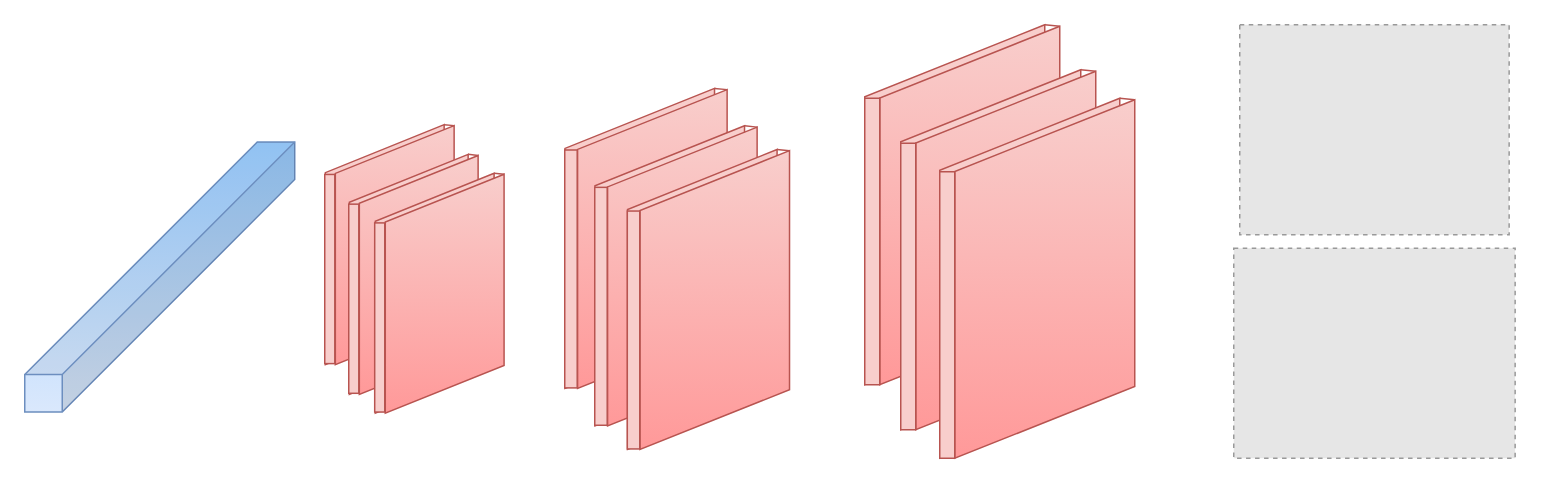
Above: encoder_decoder.drawio in StevenHickson/Helpful_Scripts (draw.io), before the change. Source tidied: cells renumbered, new cells numbered last; positions are measured from the earlier drawing's top-left corner, leaving out a move shared by most shapes. Both pictures are drawn from the tidied source at 150%, with x=0, y=0 at pixel (24, 24). Pictures stored in the file or linked from it are replaced by grey dashed boxes.
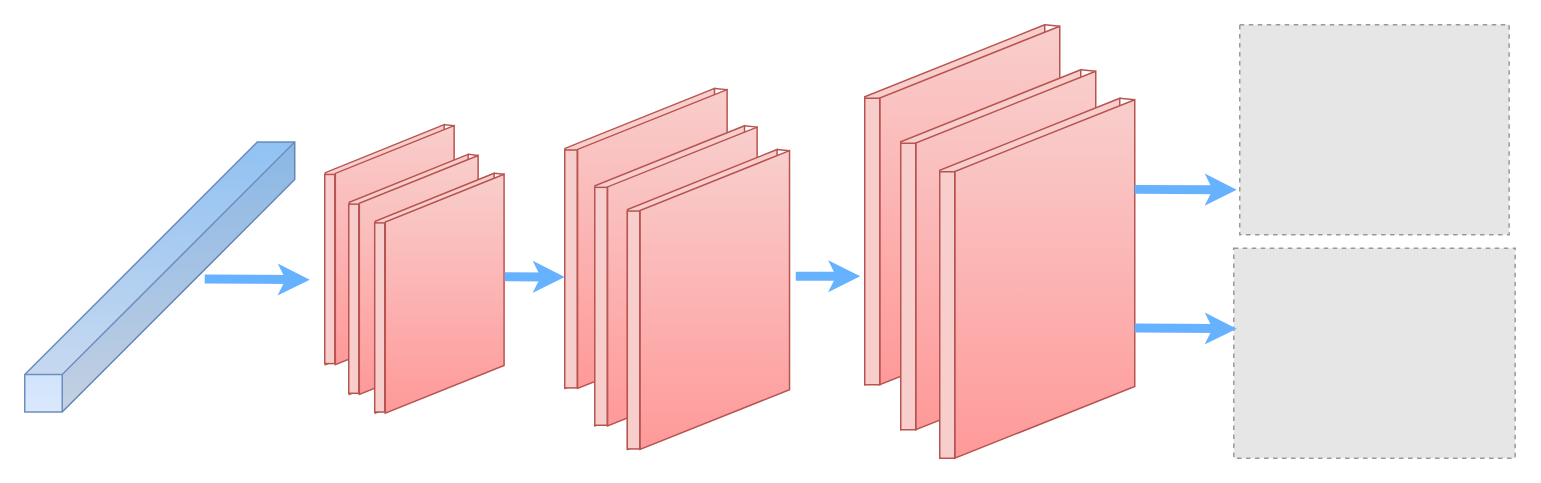
After the change.

Unchanged cells that the change refers to:
```xml
<mxCell id="16" style="shape=parallelogram;perimeter=parallelogramPerimeter;whiteSpace=wrap;html=1;portConstraintRotation=0;size=0.2;portConstraint=north;rotation=-90;flipH=1;fillColor=#f8cecc;strokeColor=#b85450;shadow=0;gradientColor=#FF9999;gradientDirection=east;" parent="3" vertex="1">
  <mxGeometry x="0.5" y="109.5" width="239" height="120" as="geometry" />
</mxCell>
```

Diff of the diagram source:
```diff
@@
+    <mxCell id="55" style="endArrow=classic;html=1;strokeColor=#66B2FF;strokeWidth=6;endSize=2;" parent="1" edge="1">
+      <mxGeometry relative="1" as="geometry">
+        <mxPoint x="120" y="169.5" as="sourcePoint" />
+        <mxPoint x="190" y="170" as="targetPoint" />
+      </mxGeometry>
+    </mxCell>
+    <mxCell id="56" style="endArrow=classic;html=1;strokeColor=#66B2FF;strokeWidth=6;endSize=2;" parent="1" edge="1">
+      <mxGeometry relative="1" as="geometry">
+        <mxPoint x="320" y="168" as="sourcePoint" />
+        <mxPoint x="360" y="168.2" as="targetPoint" />
+      </mxGeometry>
+    </mxCell>
+    <mxCell id="57" style="endArrow=classic;html=1;strokeColor=#66B2FF;strokeWidth=6;endSize=2;exitX=0.452;exitY=1.042;exitDx=0;exitDy=0;exitPerimeter=0;entryX=-0.3;entryY=0.654;entryDx=0;entryDy=0;entryPerimeter=0;" parent="1" edge="1">
+      <mxGeometry relative="1" as="geometry">
+        <mxPoint x="514" y="167.7" as="sourcePoint" />
+        <mxPoint x="557" y="167.7" as="targetPoint" />
+      </mxGeometry>
+    </mxCell>
+    <mxCell id="58" style="endArrow=classic;html=1;strokeColor=#66B2FF;strokeWidth=6;endSize=2;exitX=0.75;exitY=1;exitDx=0;exitDy=0;" parent="1" edge="1" source="16">
+      <mxGeometry relative="1" as="geometry">
+        <mxPoint x="808" y="110" as="targetPoint" />
+      </mxGeometry>
+    </mxCell>
+    <mxCell id="59" style="endArrow=classic;html=1;strokeColor=#66B2FF;strokeWidth=6;endSize=2;" parent="1" edge="1">
+      <mxGeometry relative="1" as="geometry">
+        <mxPoint x="740" y="202.2" as="sourcePoint" />
+        <mxPoint x="808" y="202.6" as="targetPoint" />
+      </mxGeometry>
+    </mxCell>
```
